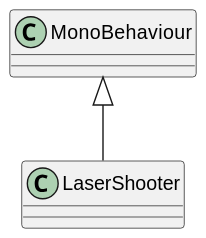
KawinM23/TakeControl keeps this PlantUML diagram as UML/Interactables/LaserShooter.svg. Above is the earlier version. Its diagram source:
```plantuml
@startuml
class LaserShooter {
}
MonoBehaviour <|-- LaserShooter
@enduml
```
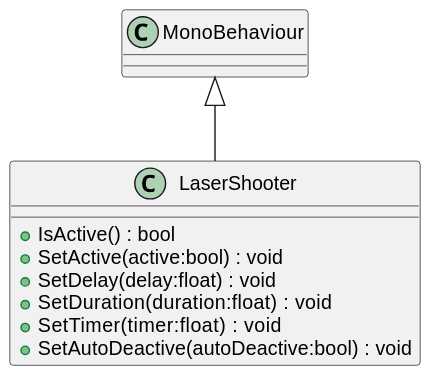
After the change.

Change to the diagram source:
```diff
@@ -1,5 +1,11 @@
 @startuml
 class LaserShooter {
+    + IsActive() : bool
+    + SetActive(active:bool) : void
+    + SetDelay(delay:float) : void
+    + SetDuration(duration:float) : void
+    + SetTimer(timer:float) : void
+    + SetAutoDeactive(autoDeactive:bool) : void
 }
 MonoBehaviour <|-- LaserShooter
 @enduml
```
